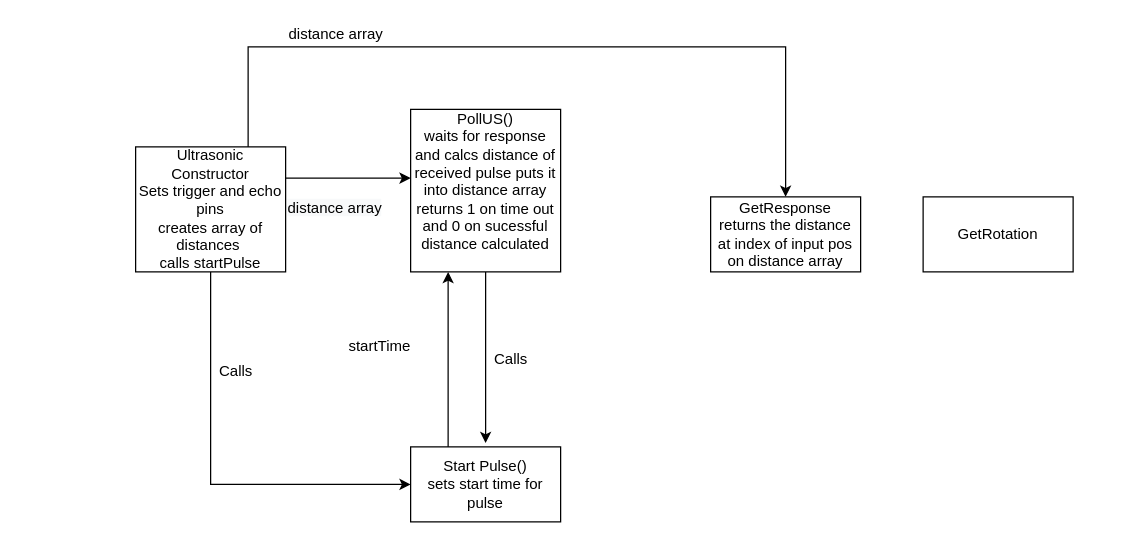
Before: Diagrams/Ultrasonic diagram.drawio in Daniel-Git-Hub/ENGG3000_T6, a draw.io diagram. Source tidied: cells renumbered, new cells numbered last; positions are measured from the earlier drawing's top-left corner, leaving out a move shared by most shapes. Both pictures are drawn from the tidied source at 125%, with x=0, y=0 at pixel (135, 21).
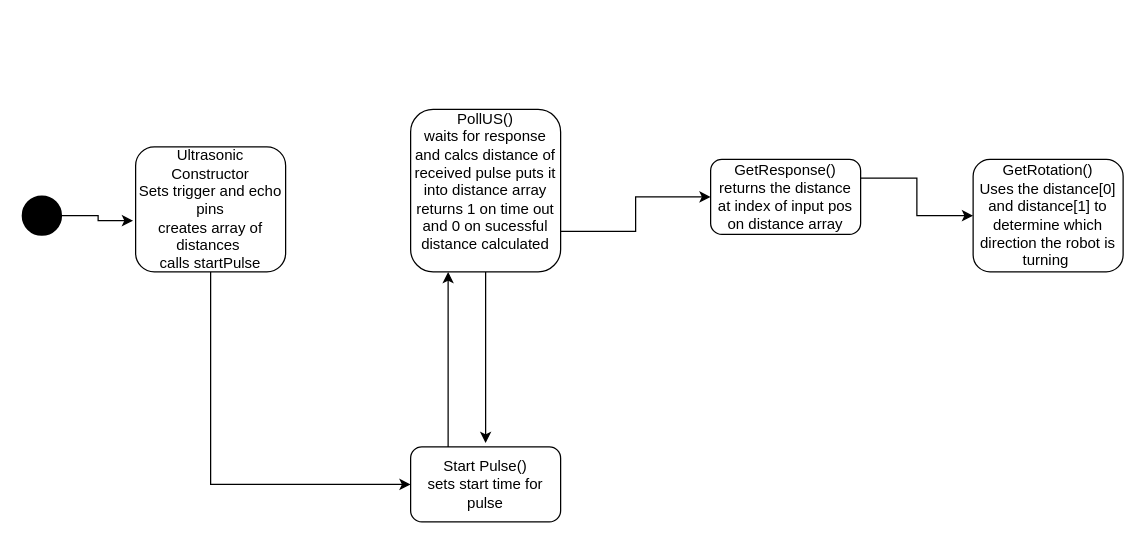
The same page after the edit.

The edit, as a diff of the source:
```diff
@@
-    <mxCell id="3" value="Start Pulse()&lt;br&gt;sets start time for pulse" style="whiteSpace=wrap;html=1;" parent="1" vertex="1">
+    <mxCell id="3" value="Start Pulse()&lt;br&gt;sets start time for pulse" style="whiteSpace=wrap;html=1;rounded=1;" parent="1" vertex="1">
       <mxGeometry x="220" y="340" width="120" height="60" as="geometry" />
     </mxCell>
@@
+    <mxCell id="17" style="edgeStyle=orthogonalEdgeStyle;rounded=0;jettySize=auto;html=1;exitX=1;exitY=0.75;exitDx=0;exitDy=0;entryX=0;entryY=0.5;entryDx=0;entryDy=0;" parent="1" edge="1" source="5" target="6">
+      <mxGeometry relative="1" as="geometry" />
+    </mxCell>
-    <mxCell id="5" value="PollUS()&lt;br&gt;waits for response and calcs distance of received pulse puts it into distance array&lt;br&gt;returns 1 on time out and 0 on sucessful distance calculated&lt;br&gt;&amp;nbsp;" style="rounded=0;whiteSpace=wrap;html=1;" parent="1" vertex="1">
+    <mxCell id="5" value="PollUS()&lt;br&gt;waits for response and calcs distance of received pulse puts it into distance array&lt;br&gt;returns 1 on time out and 0 on sucessful distance calculated&lt;br&gt;&amp;nbsp;" style="rounded=1;whiteSpace=wrap;html=1;" parent="1" vertex="1">
       <mxGeometry x="220" y="70" width="120" height="130" as="geometry" />
     </mxCell>
+    <mxCell id="18" style="edgeStyle=orthogonalEdgeStyle;rounded=0;jettySize=auto;html=1;exitX=1;exitY=0.25;exitDx=0;exitDy=0;entryX=0;entryY=0.5;entryDx=0;entryDy=0;" parent="1" edge="1" source="6" target="7">
+      <mxGeometry relative="1" as="geometry" />
+    </mxCell>
-    <mxCell id="6" value="GetResponse&lt;br&gt;returns the distance at index of input pos on distance array" style="rounded=0;whiteSpace=wrap;html=1;" parent="1" vertex="1">
-      <mxGeometry x="460" y="140" width="120" height="60" as="geometry" />
+    <mxCell id="6" value="GetResponse()&lt;br&gt;returns the distance at index of input pos on distance array" style="rounded=1;whiteSpace=wrap;html=1;" parent="1" vertex="1">
+      <mxGeometry x="460" y="110" width="120" height="60" as="geometry" />
     </mxCell>
-    <mxCell id="7" value="GetRotation" style="whiteSpace=wrap;html=1;" parent="1" vertex="1">
-      <mxGeometry x="630" y="140" width="120" height="60" as="geometry" />
+    <mxCell id="7" value="GetRotation()&lt;br&gt;Uses the distance[0] and distance[1] to determine which direction the robot is turning&amp;nbsp;" style="whiteSpace=wrap;html=1;rounded=1;" parent="1" vertex="1">
+      <mxGeometry x="670" y="110" width="120" height="90" as="geometry" />
     </mxCell>
@@
-    <mxCell id="9" style="edgeStyle=orthogonalEdgeStyle;rounded=0;jettySize=auto;html=1;exitX=0.75;exitY=0;exitDx=0;exitDy=0;entryX=0.5;entryY=0;entryDx=0;entryDy=0;" parent="1" edge="1" source="11" target="6">
-      <mxGeometry relative="1" as="geometry">
-        <Array as="points">
-          <mxPoint x="90" y="20" />
-          <mxPoint x="520" y="20" />
-        </Array>
-      </mxGeometry>
-    </mxCell>
-    <mxCell id="10" style="edgeStyle=orthogonalEdgeStyle;rounded=0;jettySize=auto;html=1;exitX=1;exitY=0.25;exitDx=0;exitDy=0;entryX=0;entryY=0.423;entryDx=0;entryDy=0;entryPerimeter=0;" parent="1" edge="1" source="11" target="5">
-      <mxGeometry relative="1" as="geometry" />
-    </mxCell>
-    <mxCell id="11" value="Ultrasonic Constructor&lt;br&gt;Sets trigger and echo pins&lt;br&gt;creates array of distances&amp;nbsp;&lt;br&gt;calls startPulse" style="whiteSpace=wrap;html=1;" parent="1" vertex="1">
+    <mxCell id="11" value="Ultrasonic Constructor&lt;br&gt;Sets trigger and echo pins&lt;br&gt;creates array of distances&amp;nbsp;&lt;br&gt;calls startPulse" style="whiteSpace=wrap;html=1;rounded=1;" parent="1" vertex="1">
       <mxGeometry y="100" width="120" height="100" as="geometry" />
     </mxCell>
-    <mxCell id="12" value="Calls" style="text;html=1;align=center;verticalAlign=middle;strokeColor=none;fillColor=none;" parent="1" vertex="1">
-      <mxGeometry x="60" y="270" width="40" height="20" as="geometry" />
-    </mxCell>
-    <mxCell id="13" value="startTime" style="text;html=1;align=center;verticalAlign=middle;strokeColor=none;fillColor=none;" parent="1" vertex="1">
-      <mxGeometry x="160" y="250" width="70" height="20" as="geometry" />
-    </mxCell>
-    <mxCell id="14" value="Calls" style="text;html=1;align=center;verticalAlign=middle;strokeColor=none;fillColor=none;" parent="1" vertex="1">
-      <mxGeometry x="280" y="260" width="40" height="20" as="geometry" />
-    </mxCell>
-    <mxCell id="15" value="distance array" style="text;html=1;align=center;verticalAlign=middle;strokeColor=none;fillColor=none;" parent="1" vertex="1">
-      <mxGeometry x="115" width="90" height="20" as="geometry" />
-    </mxCell>
-    <mxCell id="16" value="&lt;span style=&quot;color: rgb(0, 0, 0); font-family: helvetica; font-size: 12px; font-style: normal; font-weight: 400; letter-spacing: normal; text-align: center; text-indent: 0px; text-transform: none; word-spacing: 0px; background-color: rgb(248, 249, 250); display: inline; float: none;&quot;&gt;distance array&lt;/span&gt;" style="text;whiteSpace=wrap;html=1;" parent="1" vertex="1">
-      <mxGeometry x="120" y="135" width="100" height="30" as="geometry" />
-    </mxCell>
+    <mxCell id="19" style="edgeStyle=orthogonalEdgeStyle;rounded=0;jettySize=auto;html=1;entryX=-0.017;entryY=0.59;entryDx=0;entryDy=0;entryPerimeter=0;" parent="1" edge="1" source="20" target="11">
+      <mxGeometry relative="1" as="geometry" />
+    </mxCell>
+    <mxCell id="20" style="html=1;overflow=block;blockSpacing=1;whiteSpace=wrap;ellipse;fillColor=#000000;whiteSpace=wrap;fontSize=13;spacing=0;strokeOpacity=100;fillOpacity=100;rounded=1;absoluteArcSize=1;arcSize=9;strokeWidth=2.3;" parent="1" vertex="1">
+      <mxGeometry x="-90" y="140" width="30" height="30" as="geometry" />
+    </mxCell>
```
